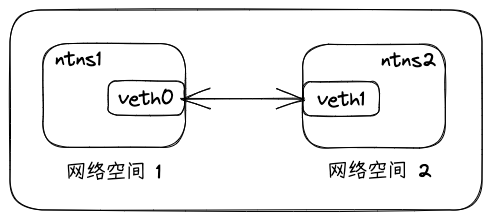
Above: static/excalidraw/docker/linux_veth_pair.excalidraw.png in iDukeLu/iDukeLu.github.io (Excalidraw), before the change. Source tidied: one line per element, renumbered; positions are measured from the earlier drawing's top-left corner, leaving out a move shared by most shapes.
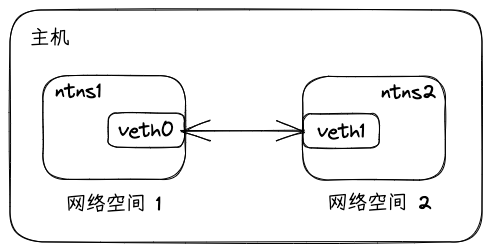
The same diagram one commit later.

The edit, as a diff of the source:
```diff
@@ -1,4 +1,4 @@
-{"id": 0, "type": "rectangle", "strokeColor": "#000000", "strokeWidth": 1, "roughness": 1, "round": true, "x": 0, "y": 0, "width": 472, "height": 200}
+{"id": 0, "type": "rectangle", "strokeColor": "#000000", "strokeWidth": 1, "roughness": 1, "round": true, "x": 0, "y": -32, "width": 472, "height": 232}
 {"id": 1, "type": "rectangle", "strokeColor": "#000000", "strokeWidth": 1, "roughness": 1, "round": true, "x": 33, "y": 34, "width": 143, "height": 104}
 {"id": 2, "type": "rectangle", "strokeColor": "#000000", "strokeWidth": 1, "roughness": 1, "round": true, "x": 98, "y": 71, "width": 76, "height": 34}
 {"id": 3, "type": "text", "text": "veth0", "strokeColor": "#000000", "strokeWidth": 1, "roughness": 1, "fontSize": 20, "fontFamily": 1, "textAlign": "center", "verticalAlign": "middle", "inside": 2, "x": 108, "y": 76, "width": 56, "height": 24}
@@ -10,3 +10,4 @@
 {"id": 9, "type": "text", "text": "ntns2", "strokeColor": "#000000", "strokeWidth": 1, "roughness": 1, "fontSize": 20, "fontFamily": 1, "x": 371, "y": 38, "width": 55, "height": 24}
 {"id": 10, "type": "text", "text": "网络空间 2", "strokeColor": "#000000", "strokeWidth": 1, "roughness": 1, "fontSize": 20, "fontFamily": 1, "x": 318, "y": 149, "width": 104, "height": 24}
 {"id": 11, "type": "arrow", "strokeColor": "#000000", "strokeWidth": 1, "roughness": 1, "startArrowhead": "arrow", "endArrowhead": "arrow", "round": true, "x": 172, "y": 89, "width": 123, "height": 0, "points": [[0, 0], [123, 0]]}
+{"id": 12, "type": "text", "text": "主机", "strokeColor": "#000000", "strokeWidth": 1, "roughness": 1, "fontSize": 20, "fontFamily": 1, "x": 20, "y": -16, "width": 40, "height": 24}
```
